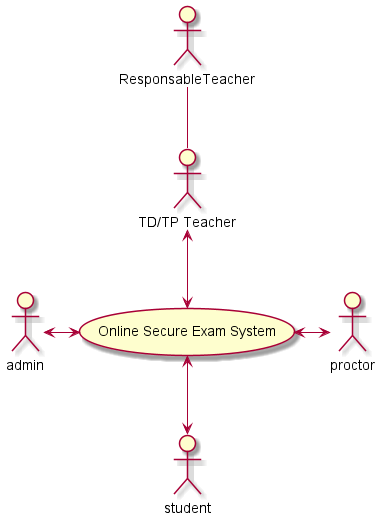
The PlantUML diagram Chapters/images/SCD.png in OnlineSecureExamSystem/oses-essays-memos, before a commit. Source of this version:
```plantuml
@startuml


actor ResponsableTeacher as tr
actor "TD/TP Teacher" as tdtpt
actor student as s
actor admin as a
actor proctor as p

usecase "Online Secure Exam System" as OSES

tr -- tdtpt
tdtpt <--> OSES
s <-u-> OSES
a <-r-> OSES
p <-l-> OSES

@enduml
```
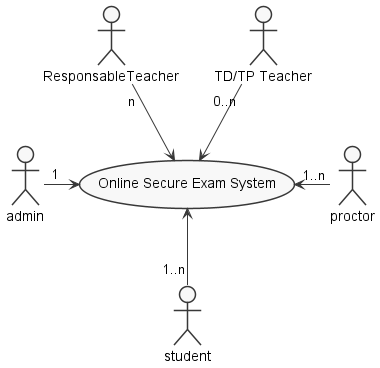
The same file after the commit.

Diff of the diagram source:
```diff
@@ -1,18 +1,20 @@
 @startuml
+skinparam monochrome true
+skinparam style strictuml
 
 
-actor ResponsableTeacher as tr
-actor "TD/TP Teacher" as tdtpt
-actor student as s
-actor admin as a
-actor proctor as p
+actor ResponsableTeacher as RespTeacher
+actor "TD/TP Teacher" as tdtpTeacher
+actor student as student
+actor admin as admin
+actor proctor as proctor
 
 usecase "Online Secure Exam System" as OSES
 
-tr -- tdtpt
-tdtpt <--> OSES
-s <-u-> OSES
-a <-r-> OSES
-p <-l-> OSES
+RespTeacher"n" --> OSES
+tdtpTeacher"0..n" --> OSES
+student"1..n" -u-> OSES
+admin"1" -r-> OSES
+proctor"1..n" -l-> OSES
 
 @enduml
```
